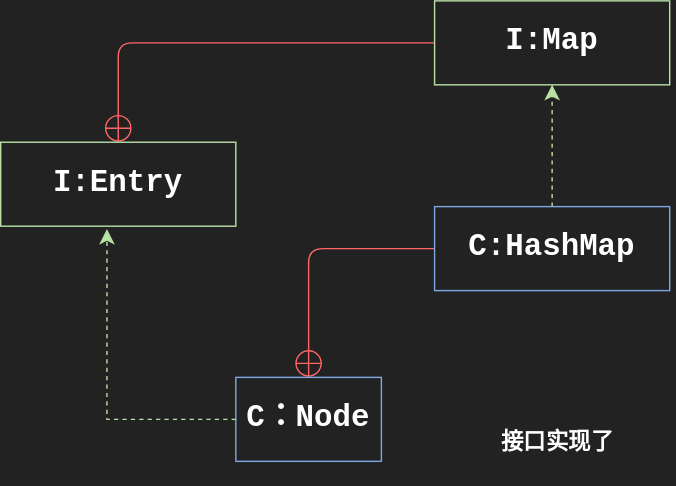
The draw.io diagram drawio/MapInterface.svg in Stolorzs/Picgo, before a commit. Source tidied: cells renumbered, new cells last; positions are measured from the earlier drawing's top-left corner, leaving out a move shared by most shapes.
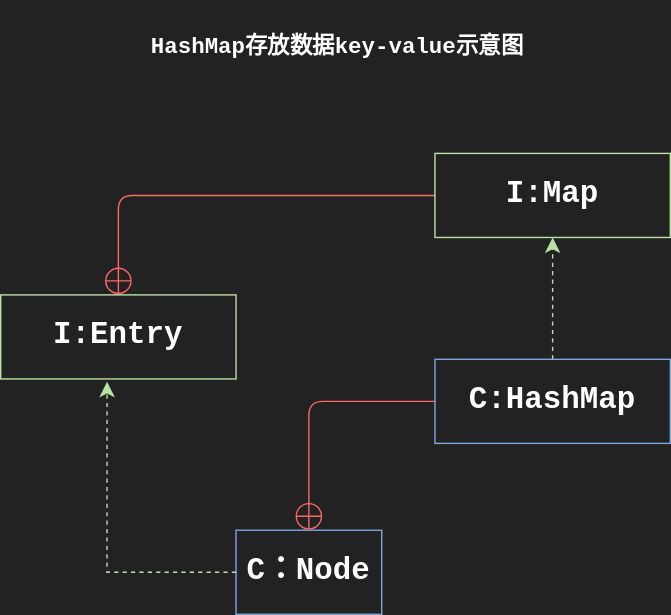
The same file after the commit.

The edit, as a diff of the source:
```diff
@@ -30,8 +30,8 @@
         </Array>
       </mxGeometry>
     </mxCell>
-    <mxCell id="10" value="&lt;font size=&quot;1&quot; face=&quot;Courier New&quot; color=&quot;#ffffff&quot;&gt;&lt;span style=&quot;caret-color: rgb(255, 255, 255);&quot;&gt;&lt;b style=&quot;font-size: 16px;&quot;&gt;接口实现了&lt;/b&gt;&lt;/span&gt;&lt;/font&gt;" style="whiteSpace=wrap;html=1;fillColor=none;strokeColor=none;" parent="1" vertex="1">
-      <mxGeometry x="314" y="287" width="168" height="59" as="geometry" />
+    <mxCell id="10" value="&lt;font size=&quot;3&quot; face=&quot;Courier New&quot; color=&quot;#ffffff&quot;&gt;&lt;span style=&quot;caret-color: rgb(255, 255, 255);&quot;&gt;&lt;b&gt;HashMap存放数据key-value示意图&lt;/b&gt;&lt;/span&gt;&lt;/font&gt;" style="whiteSpace=wrap;html=1;fillColor=none;strokeColor=none;" parent="1" vertex="1">
+      <mxGeometry x="104" y="-109" width="272.5" height="68" as="geometry" />
     </mxCell>
   </root>
 </mxGraphModel>
```
